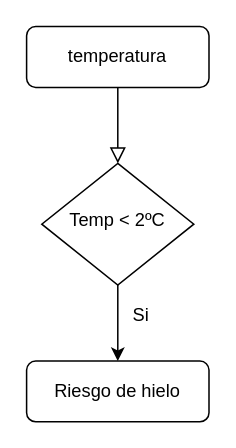
Above: Ejercicio1/ejercicio1Flowchart.drawio in dacemoni/TP_TEMA3 (draw.io), before the change. Source tidied: cells renumbered, new cells numbered last; positions are measured from the earlier drawing's top-left corner, leaving out a move shared by most shapes. Both pictures are drawn from the tidied source at 152%, with x=0, y=0 at pixel (26, 26).
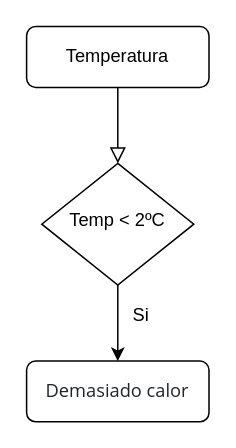
The same diagram, later.

What changed in the source:
```diff
@@
 <mxGraphModel>
   <root>
     <mxCell id="0" />
     <mxCell id="1" parent="0" />
     <mxCell id="2" style="rounded=0;html=1;jettySize=auto;fontSize=11;endArrow=block;endFill=0;endSize=8;strokeWidth=1;shadow=0;labelBackgroundColor=none;edgeStyle=orthogonalEdgeStyle;" parent="1" edge="1" source="3" target="5">
       <mxGeometry relative="1" as="geometry" />
     </mxCell>
-    <mxCell id="3" value="temperatura" style="rounded=1;whiteSpace=wrap;html=1;fontSize=12;glass=0;strokeWidth=1;shadow=0;" parent="1" vertex="1">
+    <mxCell id="3" value="Temperatura" style="rounded=1;whiteSpace=wrap;html=1;fontSize=12;glass=0;strokeWidth=1;shadow=0;" parent="1" vertex="1">
       <mxGeometry width="120" height="40" as="geometry" />
     </mxCell>
     <mxCell id="4" style="edgeStyle=orthogonalEdgeStyle;rounded=0;jettySize=auto;html=1;" parent="1" edge="1" source="5" target="6">
       <mxGeometry relative="1" as="geometry" />
     </mxCell>
     <mxCell id="5" value="Temp &amp;lt; 2ºC" style="rhombus;whiteSpace=wrap;html=1;shadow=0;fontFamily=Helvetica;fontSize=12;align=center;strokeWidth=1;spacing=6;spacingTop=-4;" parent="1" vertex="1">
       <mxGeometry x="10" y="90" width="100" height="80" as="geometry" />
     </mxCell>
-    <mxCell id="6" value="Riesgo de hielo" style="rounded=1;whiteSpace=wrap;html=1;fontSize=12;glass=0;strokeWidth=1;shadow=0;" parent="1" vertex="1">
+    <mxCell id="6" value="&lt;span style=&quot;color: rgb(33 , 37 , 41) ; font-family: &amp;#34;open sans&amp;#34; , sans-serif ; text-align: left ; background-color: rgba(255 , 255 , 255 , 0.85)&quot;&gt;&lt;font style=&quot;font-size: 12px&quot;&gt;Demasiado calor&lt;/font&gt;&lt;/span&gt;" style="rounded=1;whiteSpace=wrap;html=1;fontSize=12;glass=0;strokeWidth=1;shadow=0;" parent="1" vertex="1">
       <mxGeometry y="220" width="120" height="40" as="geometry" />
     </mxCell>
     <mxCell id="7" value="Si" style="text;html=1;align=center;verticalAlign=middle;fillColor=none;strokeColor=none;rounded=0;" parent="1" vertex="1">
       <mxGeometry x="60" y="180" width="30" height="20" as="geometry" />
     </mxCell>
   </root>
 </mxGraphModel>
```
